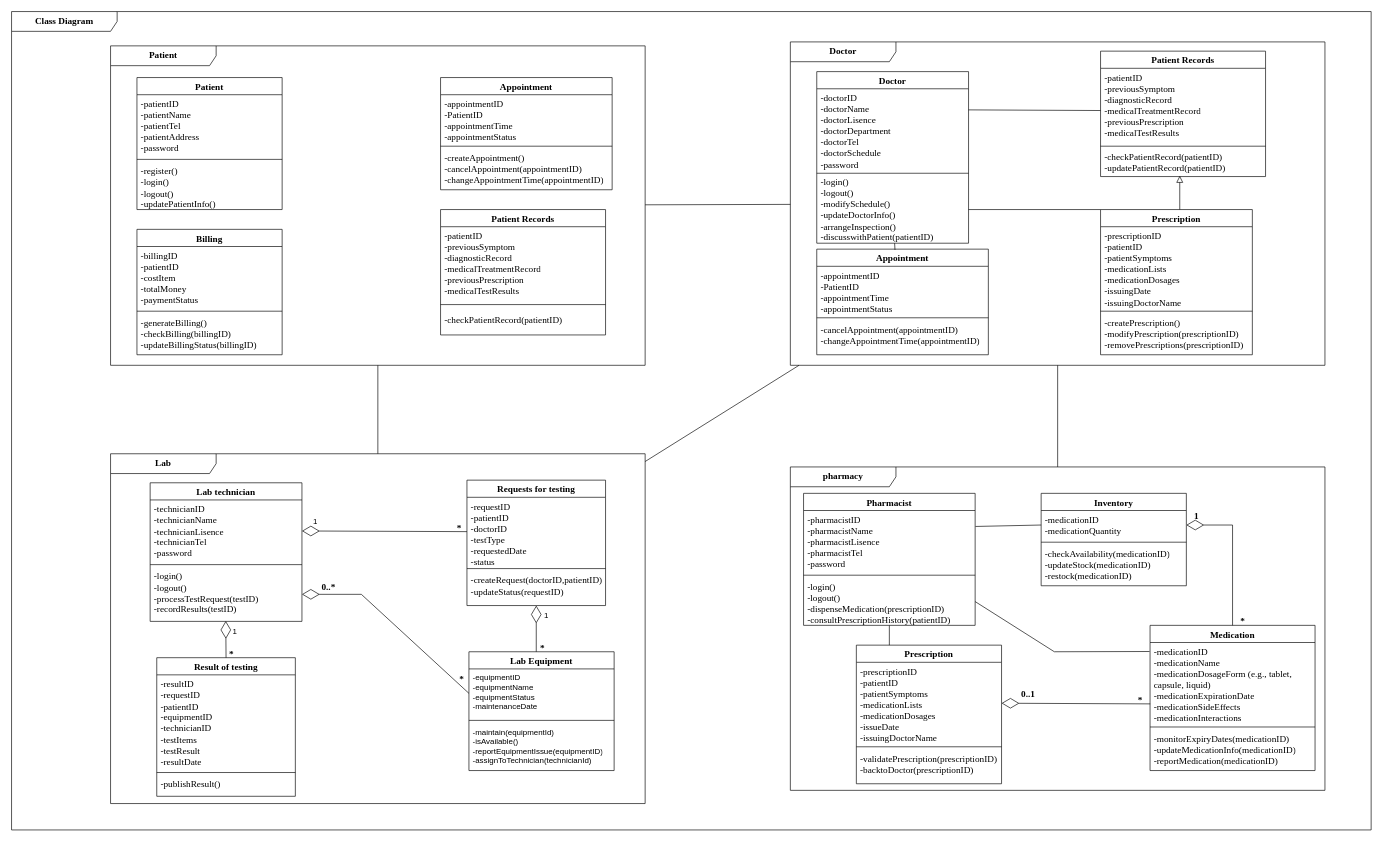
Above: Class Diagram.drawio in FOMOKN/Software-Engineering (draw.io), before the change. Source tidied: cells renumbered, new cells numbered last; positions are measured from the earlier drawing's top-left corner, leaving out a move shared by most shapes. Both pictures are drawn from the tidied source at 66%, with x=0, y=0 at pixel (11, 11).
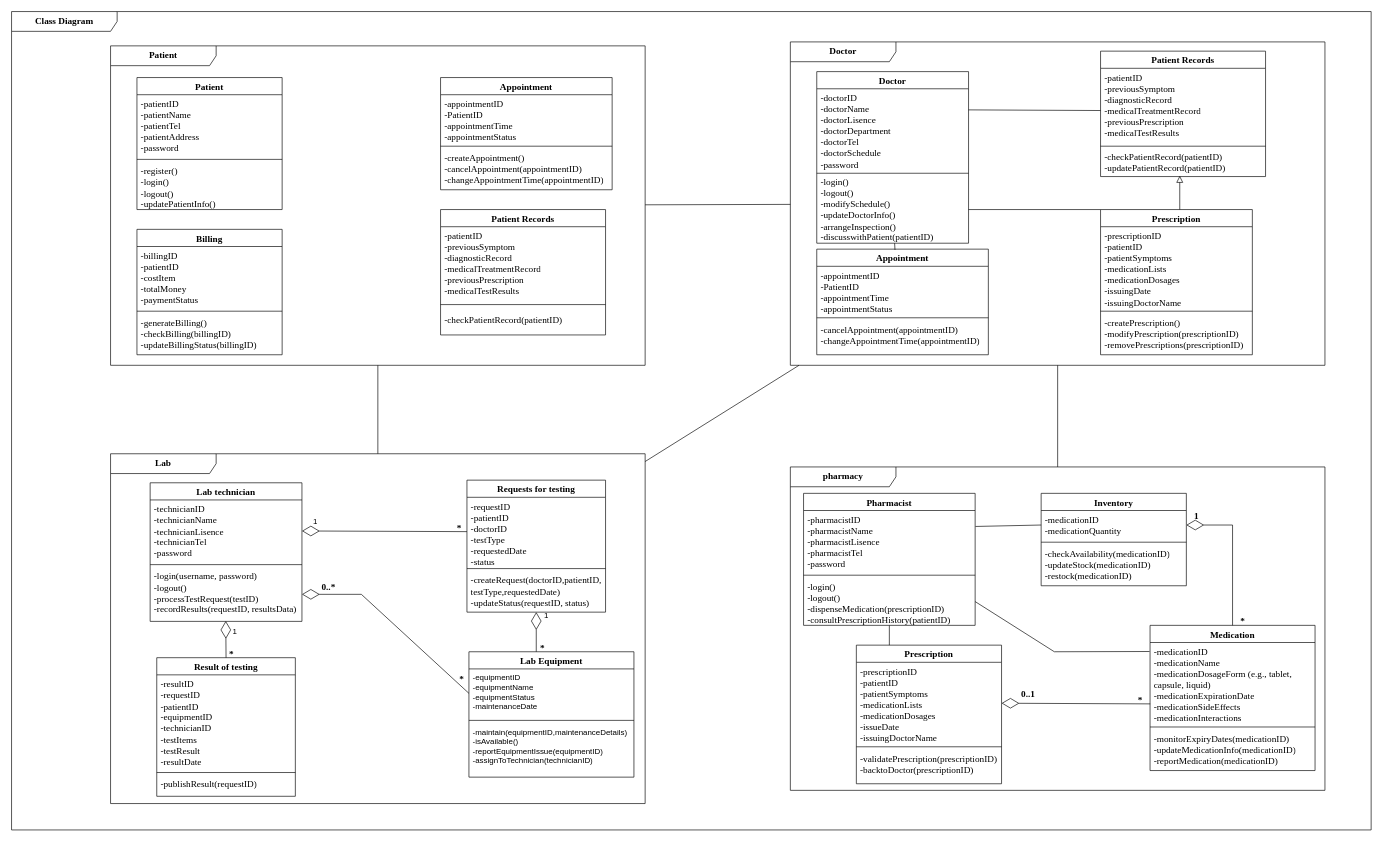
After the change.

Unchanged cells that the change refers to:
```xml
<mxCell id="2" value="&lt;font style=&quot;font-size: 14px;&quot; face=&quot;Times New Roman&quot;&gt;&lt;b&gt;Class Diagram&lt;/b&gt;&lt;/font&gt;" style="shape=umlFrame;whiteSpace=wrap;html=1;width=160;" parent="1" vertex="1">
  <mxGeometry width="2060" height="1240" as="geometry" />
</mxCell>
<mxCell id="77" value="&lt;font face=&quot;Times New Roman&quot;&gt;&lt;span style=&quot;font-size: 14px;&quot;&gt;Result of testing&lt;/span&gt;&lt;/font&gt;" style="swimlane;fontStyle=1;align=center;verticalAlign=top;horizontal=1;startSize=26;whiteSpace=wrap;html=1;" parent="71" vertex="1">
  <mxGeometry x="70" y="309" width="210" height="210" as="geometry" />
</mxCell>
<mxCell id="89" value="&lt;font style=&quot;font-size: 14px;&quot; face=&quot;Times New Roman&quot;&gt;Lab technician&lt;/font&gt;" style="swimlane;fontStyle=1;align=center;verticalAlign=top;horizontal=1;startSize=26;whiteSpace=wrap;html=1;" parent="2" vertex="1">
  <mxGeometry x="210" y="714" width="230" height="210" as="geometry" />
</mxCell>
```

What changed in the source:
```diff
@@
-    <mxCell id="80" value="-publishResult()" style="text;strokeColor=none;fillColor=none;align=left;verticalAlign=top;spacingLeft=4;spacingRight=4;overflow=hidden;whiteSpace=wrap;html=1;fontFamily=Times New Roman;fontSize=14;" parent="77" vertex="1">
+    <mxCell id="80" value="-publishResult(requestID)" style="text;strokeColor=none;fillColor=none;align=left;verticalAlign=top;spacingLeft=4;spacingRight=4;overflow=hidden;whiteSpace=wrap;html=1;fontFamily=Times New Roman;fontSize=14;" parent="77" vertex="1">
       <mxGeometry y="178" width="210" height="32" as="geometry" />
     </mxCell>
     <mxCell id="81" value="&lt;font style=&quot;font-size: 14px;&quot; face=&quot;Times New Roman&quot;&gt;Requests for testing&lt;/font&gt;" style="swimlane;fontStyle=1;align=center;verticalAlign=top;horizontal=1;startSize=26;whiteSpace=wrap;html=1;" parent="2" vertex="1">
-      <mxGeometry x="690" y="710" width="210" height="190" as="geometry" />
+      <mxGeometry x="690" y="710" width="210" height="200" as="geometry" />
     </mxCell>
@@
-    <mxCell id="84" value="-createRequest(doctorID,patientID)&lt;br style=&quot;font-size: 14px;&quot;&gt;-updateStatus(requestID)" style="text;strokeColor=none;fillColor=none;align=left;verticalAlign=top;spacingLeft=4;spacingRight=4;overflow=hidden;points=[[0,0.5],[1,0.5]];portConstraint=eastwest;whiteSpace=wrap;html=1;fontFamily=Times New Roman;fontSize=14;" parent="81" vertex="1">
-      <mxGeometry y="138" width="210" height="52" as="geometry" />
+    <mxCell id="84" value="-createRequest(doctorID,patientID,&lt;br&gt;testType,requestedDate)&lt;br style=&quot;font-size: 14px;&quot;&gt;-updateStatus(requestID, status)" style="text;strokeColor=none;fillColor=none;align=left;verticalAlign=top;spacingLeft=4;spacingRight=4;overflow=hidden;points=[[0,0.5],[1,0.5]];portConstraint=eastwest;whiteSpace=wrap;html=1;fontFamily=Times New Roman;fontSize=14;" parent="81" vertex="1">
+      <mxGeometry y="138" width="210" height="62" as="geometry" />
     </mxCell>
     <mxCell id="85" value="&lt;font style=&quot;font-size: 14px;&quot; face=&quot;Times New Roman&quot;&gt;Lab Equipment&lt;/font&gt;" style="swimlane;fontStyle=1;align=center;verticalAlign=top;horizontal=1;startSize=26;whiteSpace=wrap;html=1;" parent="2" vertex="1">
-      <mxGeometry x="693" y="970" width="220" height="180" as="geometry" />
+      <mxGeometry x="693" y="970" width="250" height="190" as="geometry" />
     </mxCell>
     <mxCell id="86" value="-equipmentID&lt;br&gt;-equipmentName&lt;br&gt;-equipmentStatus&lt;br&gt;-maintenanceDate" style="text;strokeColor=none;fillColor=none;align=left;verticalAlign=top;spacingLeft=4;spacingRight=4;overflow=hidden;points=[[0,0.5],[1,0.5]];portConstraint=eastwest;whiteSpace=wrap;html=1;" parent="85" vertex="1">
-      <mxGeometry y="26" width="220" height="74" as="geometry" />
+      <mxGeometry y="26" width="250" height="74" as="geometry" />
     </mxCell>
     <mxCell id="87" style="line;strokeWidth=1;fillColor=none;align=left;verticalAlign=middle;spacingTop=-1;spacingLeft=3;spacingRight=3;labelPosition=right;strokeColor=inherit;" parent="85" vertex="1">
-      <mxGeometry y="100" width="220" height="8" as="geometry" />
+      <mxGeometry y="100" width="250" height="8" as="geometry" />
     </mxCell>
-    <mxCell id="88" value="-maintain(equipmentId)&lt;br&gt;-isAvailable()&lt;br&gt;-reportEquipmentIssue(equipmentID)&lt;br&gt;-assignToTechnician(technicianId)" style="text;strokeColor=none;fillColor=none;align=left;verticalAlign=top;spacingLeft=4;spacingRight=4;overflow=hidden;whiteSpace=wrap;html=1;" parent="85" vertex="1">
-      <mxGeometry y="108" width="220" height="72" as="geometry" />
+    <mxCell id="88" value="-maintain(equipmentID,maintenanceDetails)&lt;br&gt;-isAvailable()&lt;br&gt;-reportEquipmentIssue(equipmentID)&lt;br&gt;-assignToTechnician(technicianID)" style="text;strokeColor=none;fillColor=none;align=left;verticalAlign=top;spacingLeft=4;spacingRight=4;overflow=hidden;whiteSpace=wrap;html=1;" parent="85" vertex="1">
+      <mxGeometry y="108" width="250" height="82" as="geometry" />
     </mxCell>
@@
-    <mxCell id="92" value="-login()&lt;br style=&quot;font-size: 14px;&quot;&gt;-logout()&lt;br&gt;&lt;div&gt;-processTestRequest(testID)&lt;/div&gt;&lt;div&gt;-recordResults(testID)&lt;/div&gt;" style="text;strokeColor=none;fillColor=none;align=left;verticalAlign=top;spacingLeft=4;spacingRight=4;overflow=hidden;points=[[0,0.5],[1,0.5]];portConstraint=eastwest;whiteSpace=wrap;html=1;fontFamily=Times New Roman;fontSize=14;" parent="89" vertex="1">
+    <mxCell id="92" value="-login(username, password)&lt;br style=&quot;font-size: 14px;&quot;&gt;-logout()&lt;br&gt;&lt;div&gt;-processTestRequest(testID)&lt;/div&gt;-recordResults(requestID, resultsData)" style="text;strokeColor=none;fillColor=none;align=left;verticalAlign=top;spacingLeft=4;spacingRight=4;overflow=hidden;points=[[0,0.5],[1,0.5]];portConstraint=eastwest;whiteSpace=wrap;html=1;fontFamily=Times New Roman;fontSize=14;" parent="89" vertex="1">
       <mxGeometry y="128" width="230" height="82" as="geometry" />
     </mxCell>
```
